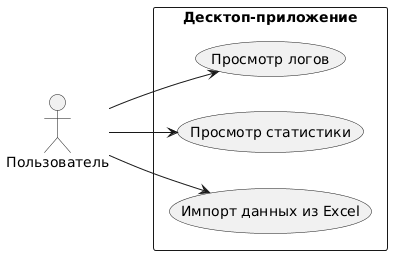
e3uq3l/vkr keeps this PlantUML diagram as latex/vkr-class-master/use_case_desk.png. Above is the earlier version. The source it was exported from:
```plantuml
@startuml
left to right direction

actor "Пользователь" as User

rectangle "Десктоп-приложение" {
  usecase "Импорт данных из Excel" as UC_Import
  usecase "Просмотр статистики" as UC_Stats
  usecase "Просмотр логов" as UC_Logs
}

User --> UC_Import
User --> UC_Stats
User --> UC_Logs
@enduml
```
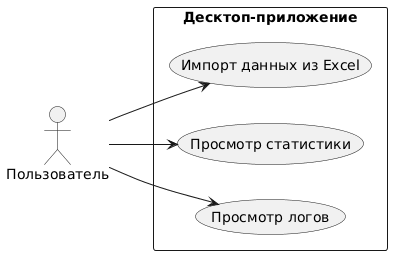
The same diagram one commit later.

Diff of the diagram source:
```diff
@@ -1,15 +1,12 @@
 @startuml
 left to right direction
-
 actor "Пользователь" as User
-
 rectangle "Десктоп-приложение" {
-  usecase "Импорт данных из Excel" as UC_Import
-  usecase "Просмотр статистики" as UC_Stats
-  usecase "Просмотр логов" as UC_Logs
+  usecase "Просмотр логов" as UC1
+  usecase "Просмотр статистики" as UC2
+  usecase "Импорт данных из Excel" as UC3
 }
-
-User --> UC_Import
-User --> UC_Stats
-User --> UC_Logs
+User --> UC1
+User --> UC2
+User --> UC3
 @enduml
```
